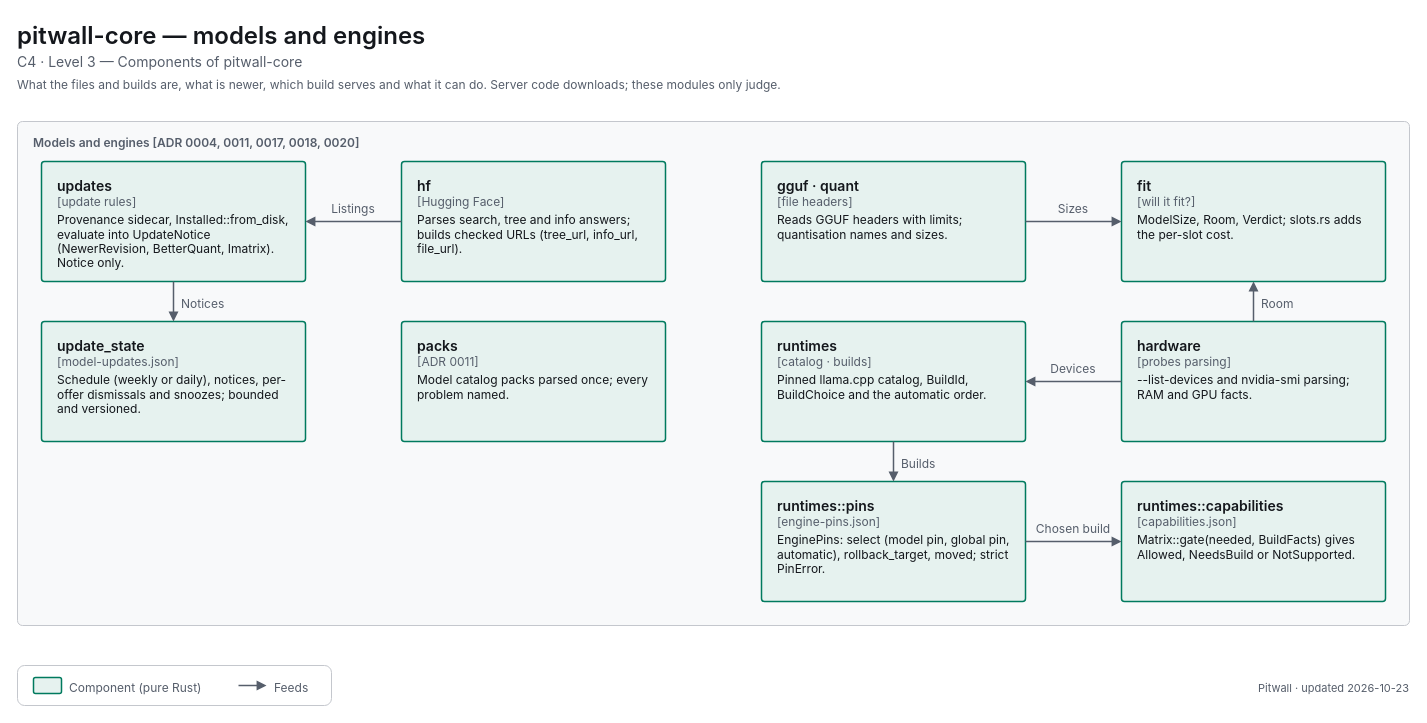
This is apps/pitwall/docs/diagrams/c4-3-core-models.drawio from decryp7/paddock, a draw.io file, before an edit. Source tidied: cells renumbered, new cells numbered last; positions are measured from the earlier drawing's top-left corner, leaving out a move shared by most shapes. Both pictures are drawn from the tidied source at 100%, with x=0, y=0 at pixel (17, 17).
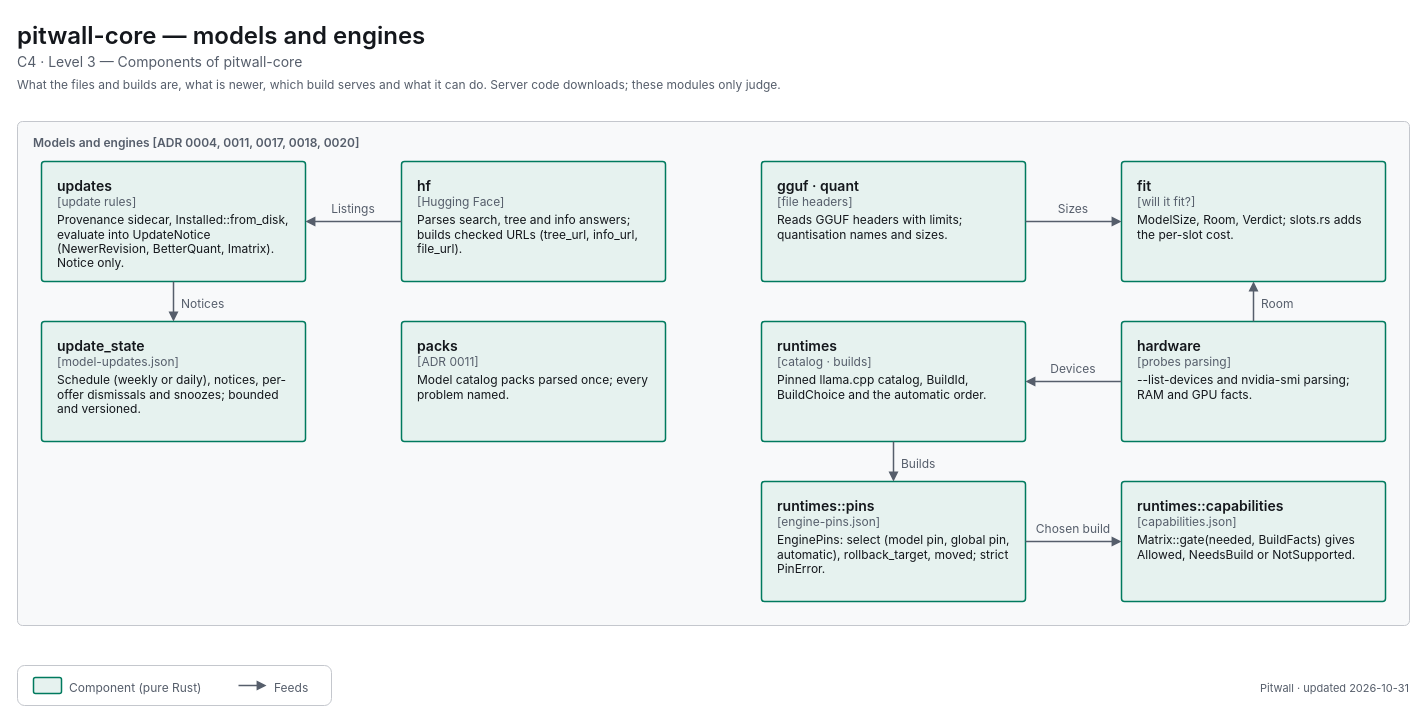
After the change.

Change to the diagram source:
```diff
@@
-    <mxCell id="35" value="&lt;span style=&quot;font-size:11px;font-weight:400&quot;&gt;Pitwall · updated 2026-10-23&lt;/span&gt;" style="html=1;whiteSpace=wrap;fontFamily=-apple-system,BlinkMacSystemFont,Segoe UI,system-ui,sans-serif;fontSize=12;fontColor=light-dark(#14171C,#ECEEF1);text;strokeColor=none;fillColor=none;align=right;verticalAlign=top;spacing=0;fontColor=light-dark(#565E6B,#A0A7B2);" parent="1" vertex="1">
+    <mxCell id="35" value="&lt;span style=&quot;font-size:11px;font-weight:400&quot;&gt;Pitwall · updated 2026-10-31&lt;/span&gt;" style="html=1;whiteSpace=wrap;fontFamily=-apple-system,BlinkMacSystemFont,Segoe UI,system-ui,sans-serif;fontSize=12;fontColor=light-dark(#14171C,#ECEEF1);text;strokeColor=none;fillColor=none;align=right;verticalAlign=top;spacing=0;fontColor=light-dark(#565E6B,#A0A7B2);" parent="1" vertex="1">
       <mxGeometry x="1032" y="659" width="360" height="18" as="geometry" />
     </mxCell>
```
